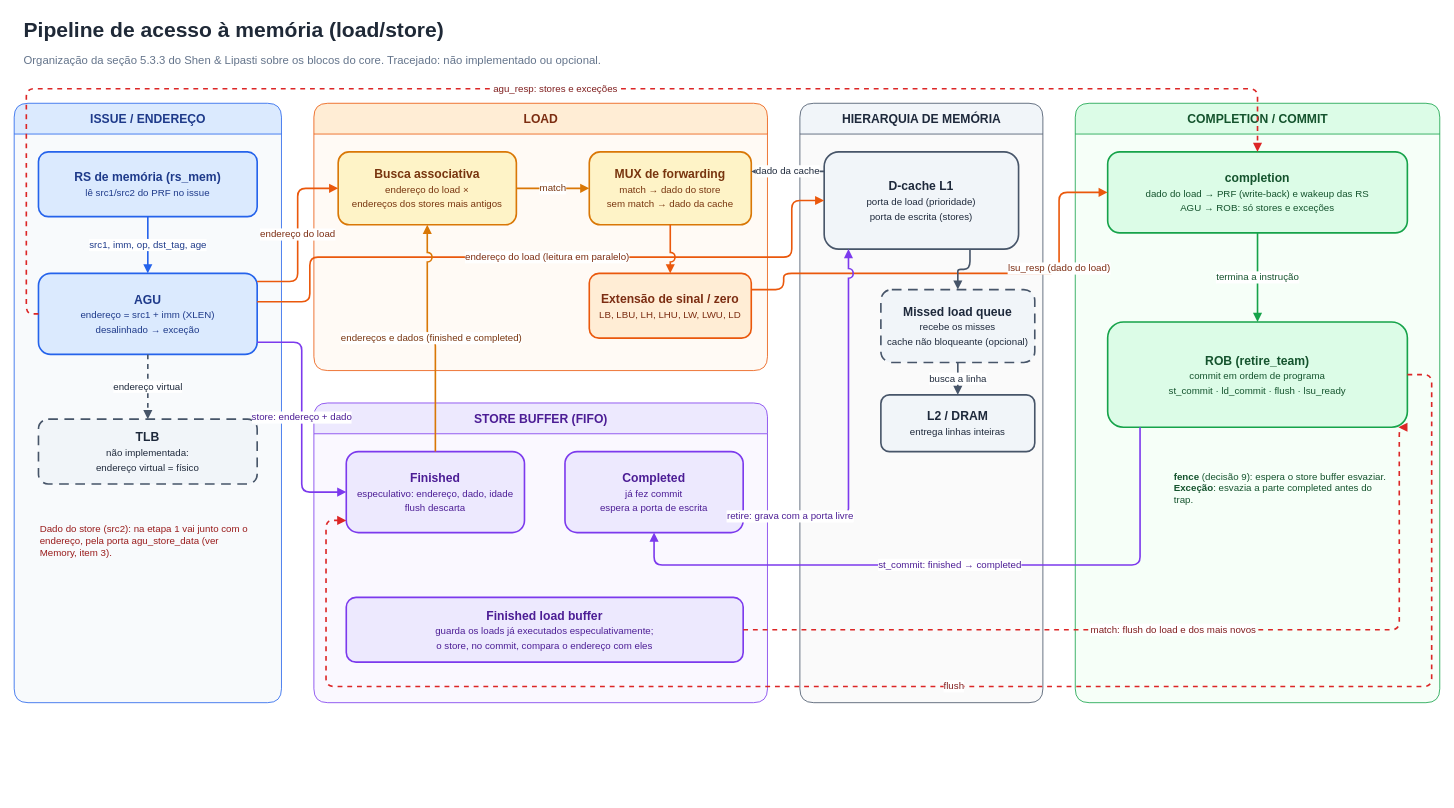
Earlier version of the draw.io diagram docs/desenho_caminho_dados/memory_datapath/memory.drawio (SoaresDavidson/superscalar-riscv). Source tidied: cells renumbered, new cells numbered last; positions are measured from the earlier drawing's top-left corner, leaving out a move shared by most shapes. Both pictures are drawn from the tidied source at 81%, with x=0, y=0 at pixel (14, 14).
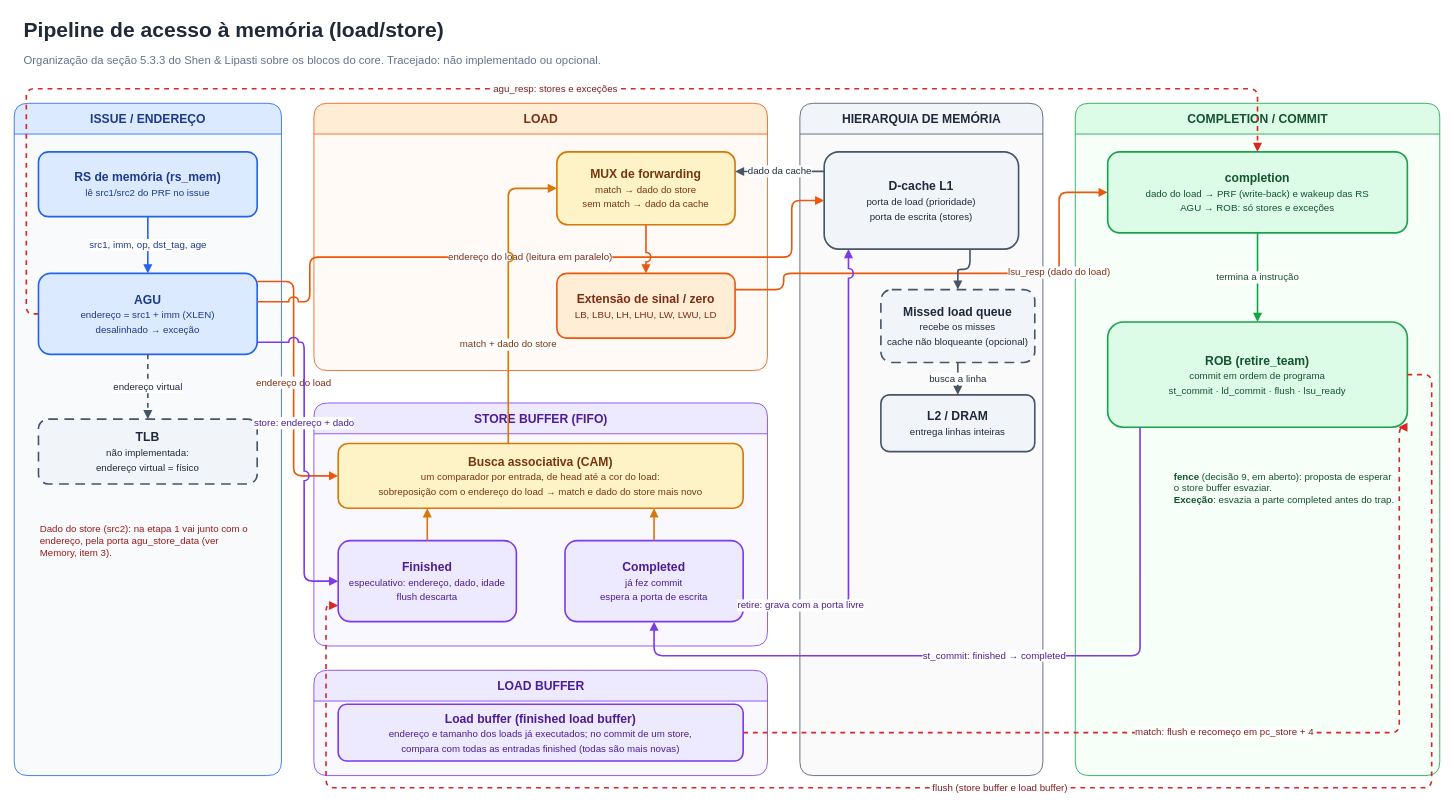
After the change.

Commit message (it also covers changes not shown here):
docs(memory): busca associativa dentro do store buffer e load buffer separado no diagrama

The change refers to these unchanged cells:
```xml
<mxCell id="5" value="LOAD" style="swimlane;html=1;rounded=1;startSize=38;horizontal=1;fillColor=#FFEDD5;swimlaneFillColor=#FFFAF5;strokeColor=#EA580C;fontColor=#7C2D12;fontStyle=1;fontSize=15;" parent="1" vertex="1">
  <mxGeometry x="370" y="110" width="560" height="330" as="geometry" />
</mxCell>
<mxCell id="10" value="&lt;b&gt;AGU&lt;/b&gt;&lt;br&gt;&lt;font style=&quot;font-size:12px;font-weight:normal&quot;&gt;endereço = src1 + imm (XLEN)&lt;br&gt;desalinhado → exceção&lt;/font&gt;" style="rounded=1;whiteSpace=wrap;html=1;fillColor=#DBEAFE;strokeColor=#2563EB;strokeWidth=2;fontSize=15;fontColor=#1E3A8A;" parent="4" vertex="1">
  <mxGeometry x="30" y="210" width="270" height="100" as="geometry" />
</mxCell>
<mxCell id="19" value="&lt;b&gt;D-cache L1&lt;/b&gt;&lt;br&gt;&lt;font style=&quot;font-size:12px;font-weight:normal&quot;&gt;porta de load (prioridade)&lt;br&gt;porta de escrita (stores)&lt;/font&gt;" style="rounded=1;whiteSpace=wrap;html=1;fillColor=#F1F5F9;strokeColor=#475569;strokeWidth=2;fontSize=15;fontColor=#1E293B;" parent="7" vertex="1">
  <mxGeometry x="30" y="60" width="240" height="120" as="geometry" />
</mxCell>
<mxCell id="23" value="&lt;b&gt;ROB (retire_team)&lt;/b&gt;&lt;br&gt;&lt;font style=&quot;font-size:12px;font-weight:normal&quot;&gt;commit em ordem de programa&lt;br&gt;st_commit · ld_commit · flush · lsu_ready&lt;/font&gt;" style="rounded=1;whiteSpace=wrap;html=1;fillColor=#DCFCE7;strokeColor=#16A34A;strokeWidth=2;fontSize=15;fontColor=#14532D;" parent="8" vertex="1">
  <mxGeometry x="40" y="270" width="370" height="130" as="geometry" />
</mxCell>
```

What changed in the source:
```diff
@@
     <mxCell id="4" value="ISSUE / ENDEREÇO" style="swimlane;html=1;rounded=1;startSize=38;horizontal=1;fillColor=#DBEAFE;swimlaneFillColor=#F8FAFC;strokeColor=#2563EB;fontColor=#1E3A8A;fontStyle=1;fontSize=15;" parent="1" vertex="1">
-      <mxGeometry y="110" width="330" height="740" as="geometry" />
+      <mxGeometry y="110" width="330" height="830" as="geometry" />
     </mxCell>
@@
     <mxCell id="6" value="STORE BUFFER (FIFO)" style="swimlane;html=1;rounded=1;startSize=38;horizontal=1;fillColor=#EDE9FE;swimlaneFillColor=#FAF8FF;strokeColor=#7C3AED;fontColor=#4C1D95;fontStyle=1;fontSize=15;" parent="1" vertex="1">
-      <mxGeometry x="370" y="480" width="560" height="370" as="geometry" />
+      <mxGeometry x="370" y="480" width="560" height="300" as="geometry" />
     </mxCell>
+    <mxCell id="43" value="LOAD BUFFER" style="swimlane;html=1;rounded=1;startSize=38;horizontal=1;fillColor=#EDE9FE;swimlaneFillColor=#FAF8FF;strokeColor=#7C3AED;fontColor=#4C1D95;fontStyle=1;fontSize=15;" parent="1" vertex="1">
+      <mxGeometry x="370" y="810" width="560" height="130" as="geometry" />
+    </mxCell>
     <mxCell id="7" value="HIERARQUIA DE MEMÓRIA" style="swimlane;html=1;rounded=1;startSize=38;horizontal=1;fillColor=#F1F5F9;swimlaneFillColor=#FAFAFA;strokeColor=#475569;fontColor=#1E293B;fontStyle=1;fontSize=15;" parent="1" vertex="1">
-      <mxGeometry x="970" y="110" width="300" height="740" as="geometry" />
+      <mxGeometry x="970" y="110" width="300" height="830" as="geometry" />
     </mxCell>
     <mxCell id="8" value="COMPLETION / COMMIT" style="swimlane;html=1;rounded=1;startSize=38;horizontal=1;fillColor=#DCFCE7;swimlaneFillColor=#F6FFF8;strokeColor=#16A34A;fontColor=#14532D;fontStyle=1;fontSize=15;" parent="1" vertex="1">
-      <mxGeometry x="1310" y="110" width="450" height="740" as="geometry" />
+      <mxGeometry x="1310" y="110" width="450" height="830" as="geometry" />
     </mxCell>
@@
-    <mxCell id="13" value="&lt;b&gt;Busca associativa&lt;/b&gt;&lt;br&gt;&lt;font style=&quot;font-size:12px;font-weight:normal&quot;&gt;endereço do load ×&lt;br&gt;endereços dos stores mais antigos&lt;/font&gt;" style="rounded=1;whiteSpace=wrap;html=1;fillColor=#FEF3C7;strokeColor=#D97706;strokeWidth=2;fontSize=15;fontColor=#78350F;" parent="5" vertex="1">
-      <mxGeometry x="30" y="60" width="220" height="90" as="geometry" />
-    </mxCell>
     <mxCell id="14" value="&lt;b&gt;MUX de forwarding&lt;/b&gt;&lt;br&gt;&lt;font style=&quot;font-size:12px;font-weight:normal&quot;&gt;match → dado do store&lt;br&gt;sem match → dado da cache&lt;/font&gt;" style="rounded=1;whiteSpace=wrap;html=1;fillColor=#FEF3C7;strokeColor=#D97706;strokeWidth=2;fontSize=15;fontColor=#78350F;" parent="5" vertex="1">
-      <mxGeometry x="340" y="60" width="200" height="90" as="geometry" />
+      <mxGeometry x="300" y="60" width="220" height="90" as="geometry" />
     </mxCell>
     <mxCell id="15" value="&lt;b&gt;Extensão de sinal / zero&lt;/b&gt;&lt;br&gt;&lt;font style=&quot;font-size:12px;font-weight:normal&quot;&gt;LB, LBU, LH, LHU, LW, LWU, LD&lt;/font&gt;" style="rounded=1;whiteSpace=wrap;html=1;fillColor=#FFEDD5;strokeColor=#EA580C;strokeWidth=2;fontSize=15;fontColor=#7C2D12;" parent="5" vertex="1">
-      <mxGeometry x="340" y="210" width="200" height="80" as="geometry" />
+      <mxGeometry x="300" y="210" width="220" height="80" as="geometry" />
     </mxCell>
+    <mxCell id="13" value="&lt;b&gt;Busca associativa (CAM)&lt;/b&gt;&lt;br&gt;&lt;font style=&quot;font-size:12px;font-weight:normal&quot;&gt;um comparador por entrada, de head até a cor do load:&lt;br&gt;sobreposição com o endereço do load → match e dado do store mais novo&lt;/font&gt;" style="rounded=1;whiteSpace=wrap;html=1;fillColor=#FEF3C7;strokeColor=#D97706;strokeWidth=2;fontSize=15;fontColor=#78350F;" parent="6" vertex="1">
+      <mxGeometry x="30" y="50" width="500" height="80" as="geometry" />
+    </mxCell>
     <mxCell id="16" value="&lt;b&gt;Finished&lt;/b&gt;&lt;br&gt;&lt;font style=&quot;font-size:12px;font-weight:normal&quot;&gt;especulativo: endereço, dado, idade&lt;br&gt;flush descarta&lt;/font&gt;" style="rounded=1;whiteSpace=wrap;html=1;fillColor=#EDE9FE;strokeColor=#7C3AED;strokeWidth=2;fontSize=15;fontColor=#4C1D95;" parent="6" vertex="1">
-      <mxGeometry x="40" y="60" width="220" height="100" as="geometry" />
+      <mxGeometry x="30" y="170" width="220" height="100" as="geometry" />
     </mxCell>
     <mxCell id="17" value="&lt;b&gt;Completed&lt;/b&gt;&lt;br&gt;&lt;font style=&quot;font-size:12px;font-weight:normal&quot;&gt;já fez commit&lt;br&gt;espera a porta de escrita&lt;/font&gt;" style="rounded=1;whiteSpace=wrap;html=1;fillColor=#EDE9FE;strokeColor=#7C3AED;strokeWidth=2;fontSize=15;fontColor=#4C1D95;" parent="6" vertex="1">
-      <mxGeometry x="310" y="60" width="220" height="100" as="geometry" />
+      <mxGeometry x="310" y="170" width="220" height="100" as="geometry" />
     </mxCell>
-    <mxCell id="18" value="&lt;b&gt;Finished load buffer&lt;/b&gt;&lt;br&gt;&lt;font style=&quot;font-size:12px;font-weight:normal&quot;&gt;guarda os loads já executados especulativamente;&lt;br&gt;o store, no commit, compara o endereço com eles&lt;/font&gt;" style="rounded=1;whiteSpace=wrap;html=1;fillColor=#EDE9FE;strokeColor=#7C3AED;strokeWidth=2;fontSize=15;fontColor=#4C1D95;" parent="6" vertex="1">
-      <mxGeometry x="40" y="240" width="490" height="80" as="geometry" />
+    <mxCell id="18" value="&lt;b&gt;Load buffer (finished load buffer)&lt;/b&gt;&lt;br&gt;&lt;font style=&quot;font-size:12px;font-weight:normal&quot;&gt;endereço e tamanho dos loads já executados; no commit de um store,&lt;br&gt;compara com todas as entradas finished (todas são mais novas)&lt;/font&gt;" style="rounded=1;whiteSpace=wrap;html=1;fillColor=#EDE9FE;strokeColor=#7C3AED;strokeWidth=2;fontSize=15;fontColor=#4C1D95;" parent="43" vertex="1">
+      <mxGeometry x="30" y="42" width="500" height="70" as="geometry" />
     </mxCell>
@@
-    <mxCell id="24" value="&lt;b&gt;fence&lt;/b&gt; (decisão 9): espera o store buffer esvaziar.&lt;br&gt;&lt;b&gt;Exceção&lt;/b&gt;: esvazia a parte completed antes do trap." style="text;html=1;whiteSpace=wrap;align=left;verticalAlign=middle;fontSize=12;fontColor=#14532D;fontStyle=0;" parent="1" vertex="1">
-      <mxGeometry x="1430" y="550" width="270" height="70" as="geometry" />
+    <mxCell id="24" value="&lt;b&gt;fence&lt;/b&gt; (decisão 9, em aberto): proposta de esperar o store buffer esvaziar.&lt;br&gt;&lt;b&gt;Exceção&lt;/b&gt;: esvazia a parte completed antes do trap." style="text;html=1;whiteSpace=wrap;align=left;verticalAlign=middle;fontSize=12;fontColor=#14532D;fontStyle=0;" parent="1" vertex="1">
+      <mxGeometry x="1430" y="550" width="280" height="70" as="geometry" />
     </mxCell>
@@
     <mxCell id="27" value="endereço do load" style="edgeStyle=orthogonalEdgeStyle;rounded=1;jettySize=auto;html=1;strokeWidth=2;strokeColor=#EA580C;endArrow=block;endFill=1;fontSize=12;fontColor=#7C2D12;labelBackgroundColor=#FFFFFF;jumpStyle=arc;jumpSize=10;exitX=1;exitY=0.1;exitDx=0;exitDy=0;entryX=0;entryY=0.5;entryDx=0;entryDy=0;" parent="1" edge="1" source="10" target="13">
       <mxGeometry relative="1" as="geometry">
         <Array as="points">
-          <mxPoint x="350" y="330" />
-          <mxPoint x="350" y="215" />
+          <mxPoint x="345" y="330" />
+          <mxPoint x="345" y="570" />
         </Array>
       </mxGeometry>
     </mxCell>
     <mxCell id="28" value="endereço do load (leitura em paralelo)" style="edgeStyle=orthogonalEdgeStyle;rounded=1;jettySize=auto;html=1;strokeWidth=2;strokeColor=#EA580C;endArrow=block;endFill=1;fontSize=12;fontColor=#7C2D12;labelBackgroundColor=#FFFFFF;jumpStyle=arc;jumpSize=10;exitX=1;exitY=0.35;exitDx=0;exitDy=0;entryX=0;entryY=0.5;entryDx=0;entryDy=0;" parent="1" edge="1" source="10" target="19">
-      <mxGeometry relative="1" as="geometry">
+      <mxGeometry x="-0.05" relative="1" as="geometry">
         <Array as="points">
           <mxPoint x="365" y="355" />
           <mxPoint x="365" y="300" />
           <mxPoint x="960" y="300" />
           <mxPoint x="960" y="230" />
         </Array>
       </mxGeometry>
     </mxCell>
     <mxCell id="29" value="store: endereço + dado" style="edgeStyle=orthogonalEdgeStyle;rounded=1;jettySize=auto;html=1;strokeWidth=2;strokeColor=#7C3AED;endArrow=block;endFill=1;fontSize=12;fontColor=#4C1D95;labelBackgroundColor=#FFFFFF;jumpStyle=arc;jumpSize=10;exitX=1;exitY=0.85;exitDx=0;exitDy=0;entryX=0;entryY=0.5;entryDx=0;entryDy=0;" parent="1" edge="1" source="10" target="16">
-      <mxGeometry relative="1" as="geometry">
+      <mxGeometry x="-0.2" relative="1" as="geometry">
         <Array as="points">
-          <mxPoint x="355" y="405" />
-          <mxPoint x="355" y="590" />
+          <mxPoint x="358" y="405" />
+          <mxPoint x="358" y="700" />
         </Array>
       </mxGeometry>
     </mxCell>
-    <mxCell id="30" value="endereços e dados (finished e completed)" style="edgeStyle=orthogonalEdgeStyle;rounded=1;jettySize=auto;html=1;strokeWidth=2;strokeColor=#D97706;endArrow=block;endFill=1;fontSize=12;fontColor=#78350F;labelBackgroundColor=#FFFFFF;jumpStyle=arc;jumpSize=10;exitX=0.5;exitY=0;exitDx=0;exitDy=0;entryX=0.5;entryY=1;entryDx=0;entryDy=0;" parent="1" edge="1" source="16" target="13">
+    <mxCell id="30" style="edgeStyle=orthogonalEdgeStyle;rounded=1;jettySize=auto;html=1;strokeWidth=2;strokeColor=#D97706;endArrow=block;endFill=1;fontSize=12;fontColor=#78350F;labelBackgroundColor=#FFFFFF;jumpStyle=arc;jumpSize=10;exitX=0.5;exitY=0;exitDx=0;exitDy=0;entryX=0.22;entryY=1;entryDx=0;entryDy=0;" parent="1" edge="1" source="16" target="13">
       <mxGeometry relative="1" as="geometry" />
     </mxCell>
+    <mxCell id="44" style="edgeStyle=orthogonalEdgeStyle;rounded=1;jettySize=auto;html=1;strokeWidth=2;strokeColor=#D97706;endArrow=block;endFill=1;fontSize=12;fontColor=#78350F;labelBackgroundColor=#FFFFFF;jumpStyle=arc;jumpSize=10;exitX=0.5;exitY=0;exitDx=0;exitDy=0;entryX=0.78;entryY=1;entryDx=0;entryDy=0;" parent="1" edge="1" source="17" target="13">
+      <mxGeometry relative="1" as="geometry" />
+    </mxCell>
-    <mxCell id="31" value="match" style="edgeStyle=orthogonalEdgeStyle;rounded=1;jettySize=auto;html=1;strokeWidth=2;strokeColor=#D97706;endArrow=block;endFill=1;fontSize=12;fontColor=#78350F;labelBackgroundColor=#FFFFFF;jumpStyle=arc;jumpSize=10;" parent="1" edge="1" source="13" target="14">
-      <mxGeometry relative="1" as="geometry" />
+    <mxCell id="31" value="match + dado do store" style="edgeStyle=orthogonalEdgeStyle;rounded=1;jettySize=auto;html=1;strokeWidth=2;strokeColor=#D97706;endArrow=block;endFill=1;fontSize=12;fontColor=#78350F;labelBackgroundColor=#FFFFFF;jumpStyle=arc;jumpSize=10;exitX=0.42;exitY=0;exitDx=0;exitDy=0;entryX=0;entryY=0.5;entryDx=0;entryDy=0;" parent="1" edge="1" source="13" target="14">
+      <mxGeometry x="-0.35" relative="1" as="geometry">
+        <Array as="points">
+          <mxPoint x="610" y="530" />
+          <mxPoint x="610" y="215" />
+        </Array>
+      </mxGeometry>
     </mxCell>
@@
     <mxCell id="37" value="st_commit: finished → completed" style="edgeStyle=orthogonalEdgeStyle;rounded=1;jettySize=auto;html=1;strokeWidth=2;strokeColor=#7C3AED;endArrow=block;endFill=1;fontSize=12;fontColor=#4C1D95;labelBackgroundColor=#FFFFFF;jumpStyle=arc;jumpSize=10;exitX=0.108;exitY=1;exitDx=0;exitDy=0;entryX=0.5;entryY=1;entryDx=0;entryDy=0;" parent="1" edge="1" source="23" target="17">
       <mxGeometry relative="1" as="geometry">
         <Array as="points">
-          <mxPoint x="1390" y="680" />
-          <mxPoint x="790" y="680" />
+          <mxPoint x="1390" y="792" />
+          <mxPoint x="790" y="792" />
         </Array>
       </mxGeometry>
     </mxCell>
     <mxCell id="38" value="retire: grava com a porta livre" style="edgeStyle=orthogonalEdgeStyle;rounded=1;jettySize=auto;html=1;strokeWidth=2;strokeColor=#7C3AED;endArrow=block;endFill=1;fontSize=12;fontColor=#4C1D95;labelBackgroundColor=#FFFFFF;jumpStyle=arc;jumpSize=10;exitX=1;exitY=0.8;exitDx=0;exitDy=0;entryX=0.125;entryY=1;entryDx=0;entryDy=0;" parent="1" edge="1" source="17" target="19">
       <mxGeometry x="-0.75" relative="1" as="geometry">
         <Array as="points">
-          <mxPoint x="1030" y="620" />
+          <mxPoint x="1030" y="730" />
         </Array>
       </mxGeometry>
     </mxCell>
-    <mxCell id="39" value="flush" style="edgeStyle=orthogonalEdgeStyle;rounded=1;jettySize=auto;html=1;strokeWidth=2;strokeColor=#DC2626;endArrow=block;endFill=1;fontSize=12;fontColor=#7F1D1D;labelBackgroundColor=#FFFFFF;jumpStyle=arc;jumpSize=10;dashed=1;exitX=1;exitY=0.5;exitDx=0;exitDy=0;entryX=0;entryY=0.85;entryDx=0;entryDy=0;" parent="1" edge="1" source="23" target="16">
+    <mxCell id="39" value="flush (store buffer e load buffer)" style="edgeStyle=orthogonalEdgeStyle;rounded=1;jettySize=auto;html=1;strokeWidth=2;strokeColor=#DC2626;endArrow=block;endFill=1;fontSize=12;fontColor=#7F1D1D;labelBackgroundColor=#FFFFFF;jumpStyle=arc;jumpSize=10;dashed=1;exitX=1;exitY=0.5;exitDx=0;exitDy=0;entryX=0;entryY=0.8;entryDx=0;entryDy=0;" parent="1" edge="1" source="23" target="16">
       <mxGeometry relative="1" as="geometry">
         <Array as="points">
           <mxPoint x="1750" y="445" />
-          <mxPoint x="1750" y="830" />
-          <mxPoint x="385" y="830" />
-          <mxPoint x="385" y="625" />
+          <mxPoint x="1750" y="955" />
+          <mxPoint x="385" y="955" />
+          <mxPoint x="385" y="730" />
         </Array>
       </mxGeometry>
     </mxCell>
@@
-    <mxCell id="42" value="match: flush do load e dos mais novos" style="edgeStyle=orthogonalEdgeStyle;rounded=1;jettySize=auto;html=1;strokeWidth=2;strokeColor=#DC2626;endArrow=block;endFill=1;fontSize=12;fontColor=#7F1D1D;labelBackgroundColor=#FFFFFF;jumpStyle=arc;jumpSize=10;dashed=1;exitX=1;exitY=0.5;exitDx=0;exitDy=0;entryX=0.97;entryY=1;entryDx=0;entryDy=0;" parent="1" edge="1" source="18" target="23">
+    <mxCell id="42" value="match: flush e recomeço em pc_store + 4" style="edgeStyle=orthogonalEdgeStyle;rounded=1;jettySize=auto;html=1;strokeWidth=2;strokeColor=#DC2626;endArrow=block;endFill=1;fontSize=12;fontColor=#7F1D1D;labelBackgroundColor=#FFFFFF;jumpStyle=arc;jumpSize=10;dashed=1;exitX=1;exitY=0.5;exitDx=0;exitDy=0;entryX=0.97;entryY=1;entryDx=0;entryDy=0;" parent="1" edge="1" source="18" target="23">
       <mxGeometry relative="1" as="geometry">
         <Array as="points">
-          <mxPoint x="1710" y="760" />
+          <mxPoint x="1710" y="887" />
         </Array>
       </mxGeometry>
     </mxCell>
```
